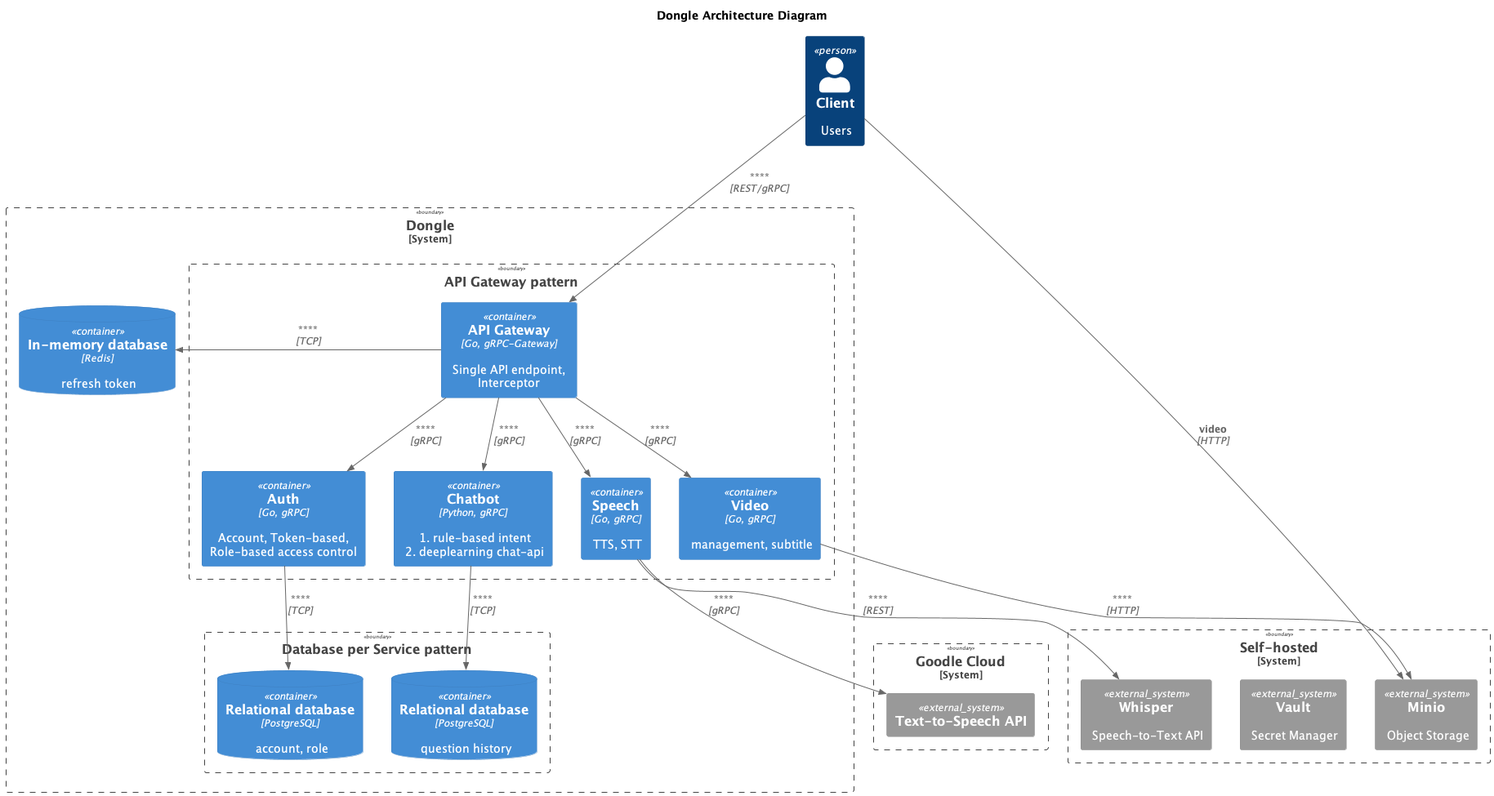
This is docs/architecture/dongle.png from kimsehyoung/dongle, a PlantUML export, as it was before one commit.
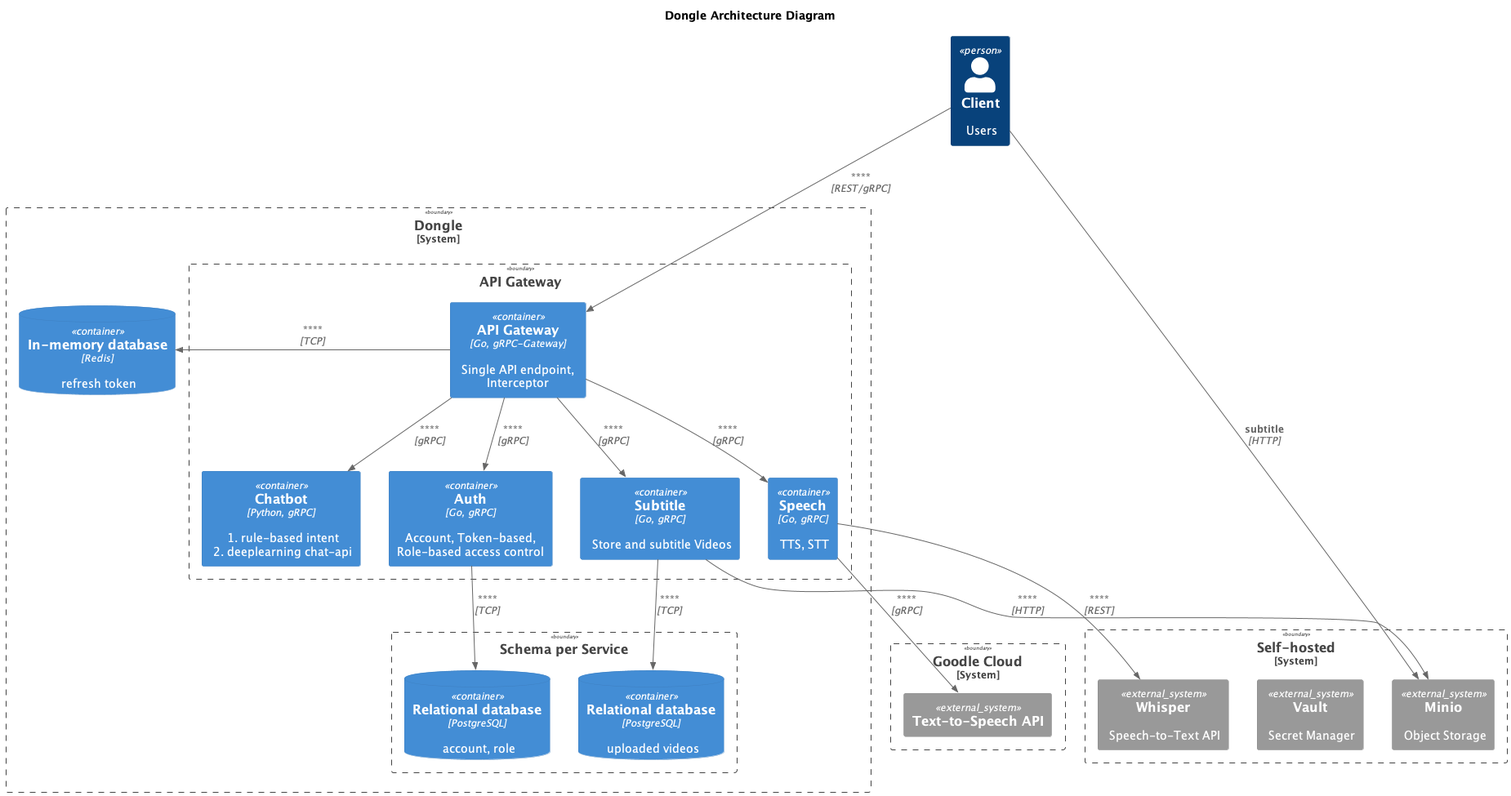
After the commit.

Commit message:
schema per service

Diff of the diagram source:
```diff
@@ -6,17 +6,17 @@
 
 
 System_Boundary(c1, "Dongle") {
-    Boundary(c2, "API Gateway pattern") {
+    Boundary(c2, "API Gateway") {
         Container(api_gateway, "API Gateway", "Go, gRPC-Gateway","Single API endpoint, Interceptor")
         Container(auth, "Auth", "Go, gRPC", "Account, Token-based, Role-based access control")
         Container(speech, "Speech", "Go, gRPC", "TTS, STT")
         Container(chatbot, "Chatbot", "Python, gRPC", "1. rule-based intent\n 2. deeplearning chat-api")
-        Container(video, "Video", "Go, gRPC","management, subtitle")
+        Container(subtitle, "Subtitle", "Go, gRPC", "Store and subtitle Videos")
     }
     ContainerDb(auth_memorydb, "In-memory database", "Redis", "refresh token")
-    Boundary(c2_db, "Database per Service pattern") {
+    Boundary(c2_db, "Schema per Service") {
         ContainerDb(auth_rdb, "Relational database", "PostgreSQL", "account, role")
-        ContainerDb(chatbot_rdb, "Relational database", "PostgreSQL", "question history")
+        ContainerDb(subtitle_rdb, "Relational database", "PostgreSQL", "uploaded videos")
     }
 
 }
@@ -37,14 +37,14 @@
 Rel(api_gateway, auth, "", "gRPC")
 Rel(api_gateway, speech, "", "gRPC")
 Rel(api_gateway, chatbot, "", "gRPC")
-Rel(api_gateway, video, "", "gRPC")
+Rel(api_gateway, subtitle, "", "gRPC")
 Rel_R(api_gateway, auth_memorydb, "", "TCP")
 Rel(auth, auth_rdb, "", "TCP")
 Rel(speech, whisper, "", "REST")
 Rel(speech, texttospeech, "", "gRPC")
-Rel(chatbot, chatbot_rdb, "", "TCP")
-Rel(video, minio, "", "HTTP")
-Rel(client, minio, "video", "HTTP")
+Rel(subtitle, subtitle_rdb, "", "TCP")
+Rel(subtitle, minio, "", "HTTP")
+Rel(client, minio, "subtitle", "HTTP")
 
 
 
```
